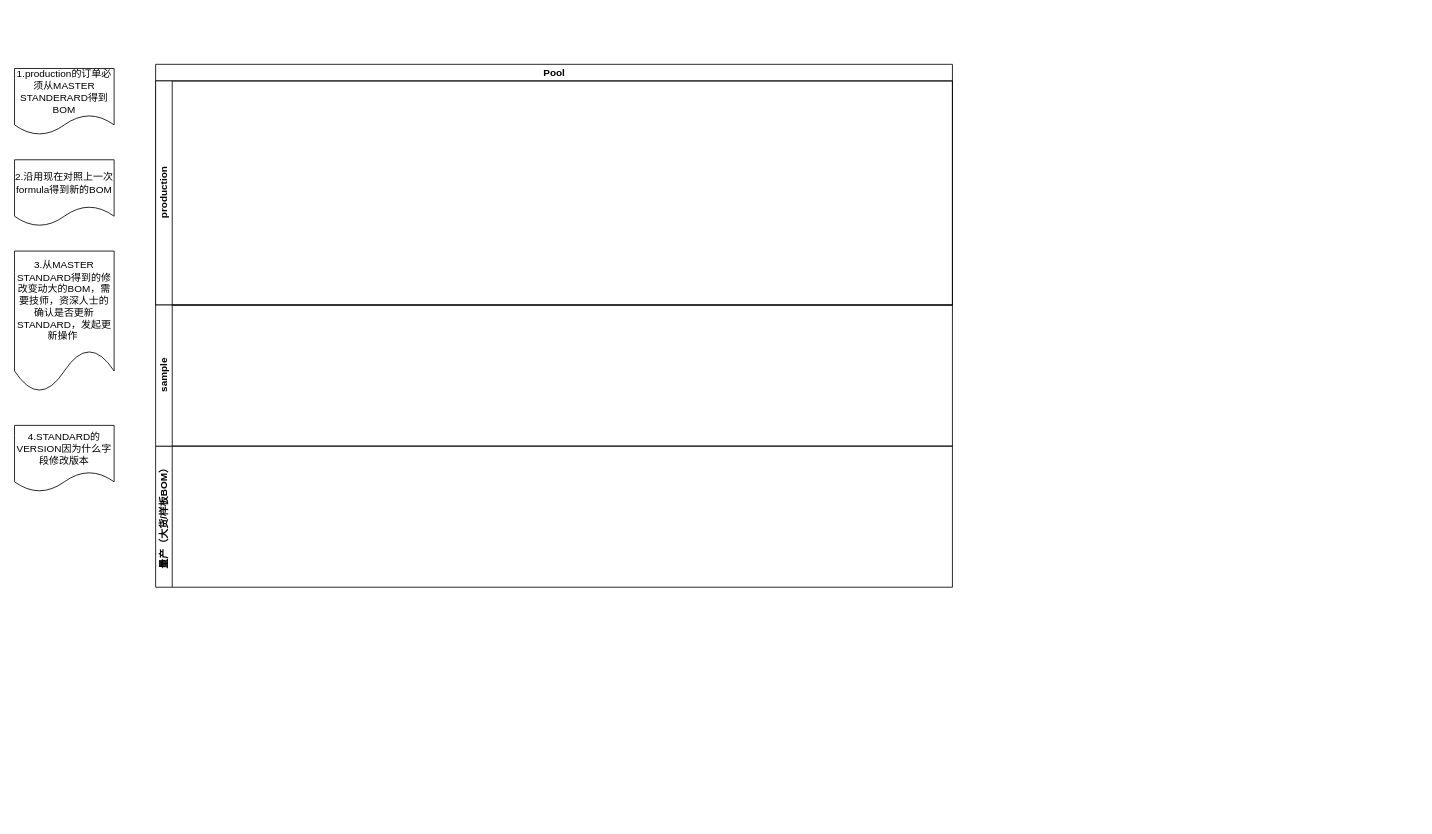
The draw.io diagram PSM.drawio in Jbmlier/framework, before the edit. Source tidied: cells renumbered, new cells numbered last; positions are measured from the earlier drawing's top-left corner, leaving out a move shared by most shapes. Both pictures are drawn from the tidied source at 83%, with x=0, y=0 at pixel (14, 64).
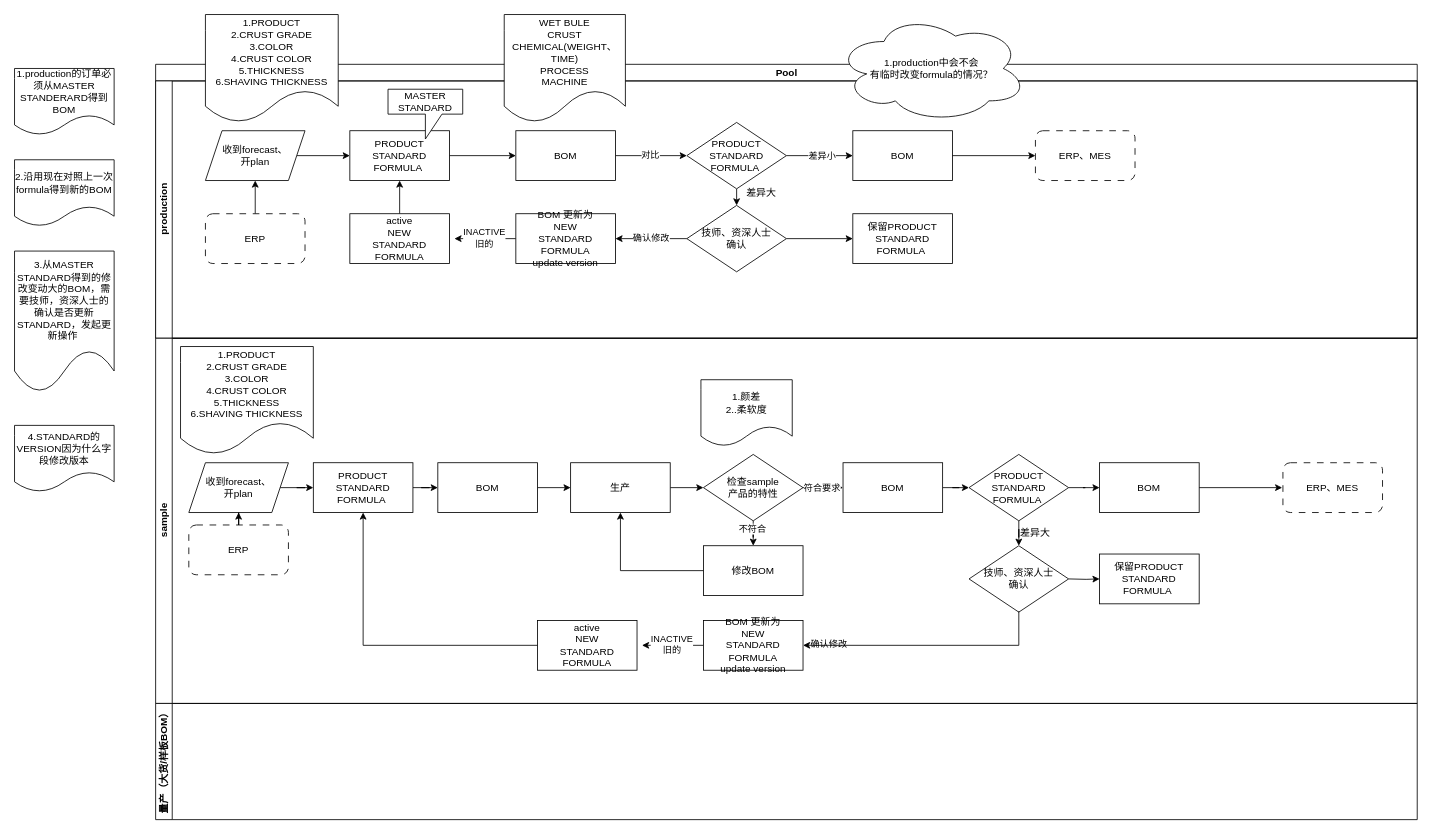
Above is the later version.

The edit, as a diff of the source:
```diff
@@
     <mxCell id="2" value="Pool" style="swimlane;horizontal=1;startSize=20;html=1;" parent="1" vertex="1">
-      <mxGeometry x="170" width="960" height="290" as="geometry" />
+      <mxGeometry x="170" width="1520" height="330" as="geometry" />
     </mxCell>
     <mxCell id="3" value="production" style="swimlane;startSize=20;horizontal=0;html=1;" parent="2" vertex="1">
-      <mxGeometry y="20" width="960" height="270" as="geometry" />
+      <mxGeometry y="20" width="1520" height="310" as="geometry" />
     </mxCell>
-    <mxCell id="4" value="量产（大货/样板BOM）" style="swimlane;startSize=20;horizontal=0;html=1;" parent="1" vertex="1">
-      <mxGeometry x="170" y="460" width="960" height="170" as="geometry" />
-    </mxCell>
+    <mxCell id="10" style="edgeStyle=orthogonalEdgeStyle;rounded=0;jettySize=auto;html=1;" parent="3" edge="1" source="11" target="13">
+      <mxGeometry relative="1" as="geometry" />
+    </mxCell>
+    <mxCell id="11" value="收到forecast、&lt;div&gt;开plan&lt;/div&gt;" style="shape=parallelogram;perimeter=parallelogramPerimeter;whiteSpace=wrap;html=1;fixedSize=1;" parent="3" vertex="1">
+      <mxGeometry x="60" y="60" width="120" height="60" as="geometry" />
+    </mxCell>
+    <mxCell id="12" style="edgeStyle=orthogonalEdgeStyle;rounded=0;jettySize=auto;html=1;" parent="3" edge="1" source="13" target="16">
+      <mxGeometry relative="1" as="geometry" />
+    </mxCell>
+    <mxCell id="13" value="PRODUCT STANDARD&lt;div&gt;FORMULA&amp;nbsp;&lt;/div&gt;" style="rounded=0;whiteSpace=wrap;html=1;" parent="3" vertex="1">
+      <mxGeometry x="234" y="60" width="120" height="60" as="geometry" />
+    </mxCell>
+    <mxCell id="14" style="edgeStyle=orthogonalEdgeStyle;rounded=0;jettySize=auto;html=1;" parent="3" edge="1" source="16" target="20">
+      <mxGeometry relative="1" as="geometry" />
+    </mxCell>
+    <mxCell id="15" value="对比" style="edgeLabel;html=1;align=center;verticalAlign=middle;" parent="14" vertex="1">
+      <mxGeometry x="-0.05" y="2" relative="1" as="geometry" />
+    </mxCell>
+    <mxCell id="16" value="BOM" style="rounded=0;whiteSpace=wrap;html=1;" parent="3" vertex="1">
+      <mxGeometry x="434" y="60" width="120" height="60" as="geometry" />
+    </mxCell>
+    <mxCell id="17" style="edgeStyle=orthogonalEdgeStyle;rounded=0;jettySize=auto;html=1;" parent="3" edge="1" source="20" target="21">
+      <mxGeometry relative="1" as="geometry" />
+    </mxCell>
+    <mxCell id="18" value="差异小" style="edgeLabel;html=1;align=center;verticalAlign=middle;" parent="17" vertex="1">
+      <mxGeometry x="0.06" y="1" relative="1" as="geometry" />
+    </mxCell>
+    <mxCell id="19" style="edgeStyle=orthogonalEdgeStyle;rounded=0;jettySize=auto;html=1;" parent="3" edge="1" source="20">
+      <mxGeometry relative="1" as="geometry">
+        <mxPoint x="700" y="150" as="targetPoint" />
+      </mxGeometry>
+    </mxCell>
+    <mxCell id="20" value="PRODUCT STANDARD&lt;div&gt;FORMULA&amp;nbsp;&lt;/div&gt;" style="rhombus;whiteSpace=wrap;html=1;" parent="3" vertex="1">
+      <mxGeometry x="640" y="50" width="120" height="80" as="geometry" />
+    </mxCell>
+    <mxCell id="21" value="BOM" style="whiteSpace=wrap;html=1;" parent="3" vertex="1">
+      <mxGeometry x="840" y="60" width="120" height="60" as="geometry" />
+    </mxCell>
+    <mxCell id="22" value="差异大" style="text;html=1;align=center;verticalAlign=middle;whiteSpace=wrap;rounded=0;" parent="3" vertex="1">
+      <mxGeometry x="700" y="120" width="60" height="30" as="geometry" />
+    </mxCell>
+    <mxCell id="23" style="edgeStyle=orthogonalEdgeStyle;rounded=0;jettySize=auto;html=1;" parent="3" edge="1" source="27" target="30">
+      <mxGeometry relative="1" as="geometry" />
+    </mxCell>
+    <mxCell id="24" value="&lt;div&gt;&lt;span style=&quot;font-size: 12px; text-wrap-mode: wrap; background-color: rgb(236, 236, 236);&quot;&gt;&lt;br&gt;&lt;/span&gt;&lt;/div&gt;" style="edgeLabel;html=1;align=center;verticalAlign=middle;" parent="23" vertex="1">
+      <mxGeometry x="-0.21" y="1" relative="1" as="geometry" />
+    </mxCell>
+    <mxCell id="25" value="确认修改" style="edgeLabel;html=1;align=center;verticalAlign=middle;" parent="23" vertex="1">
+      <mxGeometry x="0.02" y="-2" relative="1" as="geometry" />
+    </mxCell>
+    <mxCell id="26" style="edgeStyle=orthogonalEdgeStyle;rounded=0;jettySize=auto;html=1;" parent="3" edge="1" source="27" target="38">
+      <mxGeometry relative="1" as="geometry" />
+    </mxCell>
+    <mxCell id="27" value="技师、资深人士&lt;div&gt;确认&lt;/div&gt;" style="rhombus;whiteSpace=wrap;html=1;" parent="3" vertex="1">
+      <mxGeometry x="640" y="150" width="120" height="80" as="geometry" />
+    </mxCell>
+    <mxCell id="28" style="edgeStyle=orthogonalEdgeStyle;rounded=0;jettySize=auto;html=1;" parent="3" edge="1" source="30">
+      <mxGeometry relative="1" as="geometry">
+        <mxPoint x="360" y="190" as="targetPoint" />
+      </mxGeometry>
+    </mxCell>
+    <mxCell id="29" value="INACTIVE&lt;div&gt;旧的&lt;/div&gt;" style="edgeLabel;html=1;align=center;verticalAlign=middle;" parent="28" vertex="1">
+      <mxGeometry x="0.06" y="-2" relative="1" as="geometry" />
+    </mxCell>
+    <mxCell id="30" value="&lt;div&gt;BOM 更新为&lt;/div&gt;&lt;div&gt;NEW&lt;/div&gt;STANDARD&lt;div&gt;FORMULA&lt;/div&gt;&lt;div&gt;update version&lt;/div&gt;" style="whiteSpace=wrap;html=1;" parent="3" vertex="1">
+      <mxGeometry x="434" y="160" width="120" height="60" as="geometry" />
+    </mxCell>
+    <mxCell id="31" style="edgeStyle=orthogonalEdgeStyle;rounded=0;jettySize=auto;html=1;" parent="3" edge="1" source="32" target="13">
+      <mxGeometry relative="1" as="geometry" />
+    </mxCell>
+    <mxCell id="32" value="active&lt;div&gt;&lt;div&gt;NEW&lt;/div&gt;STANDARD&lt;div&gt;FORMULA&lt;/div&gt;&lt;/div&gt;" style="rounded=0;whiteSpace=wrap;html=1;" parent="3" vertex="1">
+      <mxGeometry x="234" y="160" width="120" height="60" as="geometry" />
+    </mxCell>
+    <mxCell id="33" style="endArrow=classic;html=1;rounded=0;" parent="3" edge="1">
+      <mxGeometry relative="1" as="geometry">
+        <mxPoint x="960" y="90" as="sourcePoint" />
+        <mxPoint x="1060" y="90" as="targetPoint" />
+      </mxGeometry>
+    </mxCell>
+    <mxCell id="34" value="ERP、MES" style="rounded=1;whiteSpace=wrap;html=1;dashed=1;dashPattern=8 8;" parent="3" vertex="1">
+      <mxGeometry x="1060" y="60" width="120" height="60" as="geometry" />
+    </mxCell>
+    <mxCell id="35" value="MASTER&lt;br&gt;STANDARD" style="shape=callout;whiteSpace=wrap;html=1;perimeter=calloutPerimeter;" parent="3" vertex="1">
+      <mxGeometry x="280" y="10" width="90" height="60" as="geometry" />
+    </mxCell>
+    <mxCell id="36" style="edgeStyle=orthogonalEdgeStyle;rounded=0;jettySize=auto;html=1;" parent="3" edge="1" source="37" target="11">
+      <mxGeometry relative="1" as="geometry" />
+    </mxCell>
+    <mxCell id="37" value="ERP" style="rounded=1;whiteSpace=wrap;html=1;dashed=1;dashPattern=8 8;" parent="3" vertex="1">
+      <mxGeometry x="60" y="160" width="120" height="60" as="geometry" />
+    </mxCell>
+    <mxCell id="38" value="保留PRODUCT STANDARD&lt;div&gt;FORMULA&amp;nbsp;&lt;/div&gt;" style="whiteSpace=wrap;html=1;" parent="3" vertex="1">
+      <mxGeometry x="840" y="160" width="120" height="60" as="geometry" />
+    </mxCell>
     <mxCell id="5" value="sample" style="swimlane;startSize=20;horizontal=0;html=1;" parent="1" vertex="1">
-      <mxGeometry x="170" y="290" width="960" height="170" as="geometry" />
+      <mxGeometry x="170" y="330" width="1520" height="440" as="geometry" />
     </mxCell>
+    <mxCell id="39" style="edgeStyle=orthogonalEdgeStyle;rounded=0;jettySize=auto;html=1;" parent="5" edge="1" source="40" target="42">
+      <mxGeometry relative="1" as="geometry" />
+    </mxCell>
+    <mxCell id="40" value="ERP" style="rounded=1;whiteSpace=wrap;html=1;dashed=1;dashPattern=8 8;" parent="5" vertex="1">
+      <mxGeometry x="40" y="225" width="120" height="60" as="geometry" />
+    </mxCell>
+    <mxCell id="41" style="edgeStyle=orthogonalEdgeStyle;rounded=0;jettySize=auto;html=1;" parent="5" edge="1" source="42" target="45">
+      <mxGeometry relative="1" as="geometry" />
+    </mxCell>
+    <mxCell id="42" value="收到forecast、&lt;div&gt;开plan&lt;/div&gt;" style="shape=parallelogram;perimeter=parallelogramPerimeter;whiteSpace=wrap;html=1;fixedSize=1;" parent="5" vertex="1">
+      <mxGeometry x="40" y="150" width="120" height="60" as="geometry" />
+    </mxCell>
+    <mxCell id="43" value="1.PRODUCT&lt;div&gt;2.CRUST GRADE&lt;/div&gt;&lt;div&gt;3.COLOR&lt;/div&gt;&lt;div&gt;4.CRUST COLOR&lt;/div&gt;&lt;div&gt;5.THICKNESS&lt;/div&gt;&lt;div&gt;6.SHAVING THICKNESS&lt;/div&gt;" style="shape=document;whiteSpace=wrap;html=1;boundedLbl=1;" parent="5" vertex="1">
+      <mxGeometry x="30" y="10" width="160" height="130" as="geometry" />
+    </mxCell>
+    <mxCell id="44" style="edgeStyle=orthogonalEdgeStyle;rounded=0;jettySize=auto;html=1;" parent="5" edge="1" source="45" target="47">
+      <mxGeometry relative="1" as="geometry" />
+    </mxCell>
+    <mxCell id="45" value="PRODUCT STANDARD&lt;div&gt;FORMULA&amp;nbsp;&lt;/div&gt;" style="whiteSpace=wrap;html=1;" parent="5" vertex="1">
+      <mxGeometry x="190" y="150" width="120" height="60" as="geometry" />
+    </mxCell>
+    <mxCell id="46" style="edgeStyle=orthogonalEdgeStyle;rounded=0;jettySize=auto;html=1;" parent="5" edge="1" source="47" target="49">
+      <mxGeometry relative="1" as="geometry" />
+    </mxCell>
+    <mxCell id="47" value="BOM" style="whiteSpace=wrap;html=1;" parent="5" vertex="1">
+      <mxGeometry x="340" y="150" width="120" height="60" as="geometry" />
+    </mxCell>
+    <mxCell id="48" style="edgeStyle=orthogonalEdgeStyle;rounded=0;jettySize=auto;html=1;" parent="5" edge="1" source="49" target="54">
+      <mxGeometry relative="1" as="geometry" />
+    </mxCell>
+    <mxCell id="49" value="生产" style="whiteSpace=wrap;html=1;" parent="5" vertex="1">
+      <mxGeometry x="500" y="150" width="120" height="60" as="geometry" />
+    </mxCell>
+    <mxCell id="50" style="edgeStyle=orthogonalEdgeStyle;rounded=0;jettySize=auto;html=1;" parent="5" edge="1" source="54" target="57">
+      <mxGeometry relative="1" as="geometry" />
+    </mxCell>
+    <mxCell id="51" value="符合要求" style="edgeLabel;html=1;align=center;verticalAlign=middle;" parent="50" vertex="1">
+      <mxGeometry x="-0.1" y="1" relative="1" as="geometry" />
+    </mxCell>
+    <mxCell id="52" style="edgeStyle=orthogonalEdgeStyle;rounded=0;jettySize=auto;html=1;" parent="5" edge="1" source="54" target="58">
+      <mxGeometry relative="1" as="geometry" />
+    </mxCell>
+    <mxCell id="53" value="不符合" style="edgeLabel;html=1;align=center;verticalAlign=middle;" parent="52" vertex="1">
+      <mxGeometry x="-0.63" y="-2" relative="1" as="geometry" />
+    </mxCell>
+    <mxCell id="54" value="检查sample&lt;div&gt;产品的特性&lt;/div&gt;" style="rhombus;whiteSpace=wrap;html=1;" parent="5" vertex="1">
+      <mxGeometry x="660" y="140" width="120" height="80" as="geometry" />
+    </mxCell>
+    <mxCell id="55" value="1.颜差&lt;div&gt;2..柔软度&lt;/div&gt;" style="shape=document;whiteSpace=wrap;html=1;boundedLbl=1;" parent="5" vertex="1">
+      <mxGeometry x="657" y="50" width="110" height="80" as="geometry" />
+    </mxCell>
+    <mxCell id="56" style="edgeStyle=orthogonalEdgeStyle;rounded=0;jettySize=auto;html=1;" parent="5" edge="1" source="57" target="62">
+      <mxGeometry relative="1" as="geometry" />
+    </mxCell>
+    <mxCell id="57" value="BOM" style="whiteSpace=wrap;html=1;" parent="5" vertex="1">
+      <mxGeometry x="828.2" y="150" width="120" height="60" as="geometry" />
+    </mxCell>
+    <mxCell id="58" value="修改BOM" style="whiteSpace=wrap;html=1;" parent="5" vertex="1">
+      <mxGeometry x="660" y="250" width="120" height="60" as="geometry" />
+    </mxCell>
+    <mxCell id="59" style="endArrow=classic;html=1;rounded=0;entryX=0.5;entryY=1;entryDx=0;entryDy=0;" parent="5" edge="1" target="49">
+      <mxGeometry relative="1" as="geometry">
+        <mxPoint x="660" y="280" as="sourcePoint" />
+        <Array as="points">
+          <mxPoint x="560" y="280" />
+        </Array>
+      </mxGeometry>
+    </mxCell>
+    <mxCell id="60" style="edgeStyle=orthogonalEdgeStyle;rounded=0;jettySize=auto;html=1;" parent="5" edge="1" source="62" target="64">
+      <mxGeometry relative="1" as="geometry" />
+    </mxCell>
+    <mxCell id="61" style="edgeStyle=orthogonalEdgeStyle;rounded=0;jettySize=auto;html=1;" parent="5" edge="1" source="62" target="75">
+      <mxGeometry relative="1" as="geometry" />
+    </mxCell>
+    <mxCell id="62" value="PRODUCT STANDARD&lt;div&gt;FORMULA&amp;nbsp;&lt;/div&gt;" style="rhombus;whiteSpace=wrap;html=1;" parent="5" vertex="1">
+      <mxGeometry x="980" y="140" width="120" height="80" as="geometry" />
+    </mxCell>
+    <mxCell id="63" value="差异大" style="text;html=1;align=center;verticalAlign=middle;whiteSpace=wrap;rounded=0;" parent="5" vertex="1">
+      <mxGeometry x="1030" y="220" width="60" height="30" as="geometry" />
+    </mxCell>
+    <mxCell id="64" value="技师、资深人士&lt;div&gt;确认&lt;/div&gt;" style="rhombus;whiteSpace=wrap;html=1;" parent="5" vertex="1">
+      <mxGeometry x="980" y="250" width="120" height="80" as="geometry" />
+    </mxCell>
+    <mxCell id="65" value="&lt;div&gt;&lt;span style=&quot;font-size: 12px; text-wrap-mode: wrap; background-color: rgb(236, 236, 236);&quot;&gt;&lt;br&gt;&lt;/span&gt;&lt;/div&gt;" style="edgeLabel;html=1;align=center;verticalAlign=middle;" parent="5" vertex="1">
+      <mxGeometry x="820" y="371" as="geometry" />
+    </mxCell>
+    <mxCell id="66" value="确认修改" style="edgeLabel;html=1;align=center;verticalAlign=middle;" parent="5" vertex="1">
+      <mxGeometry x="810" y="368" as="geometry" />
+    </mxCell>
+    <mxCell id="67" style="edgeStyle=orthogonalEdgeStyle;rounded=0;jettySize=auto;html=1;" parent="5" edge="1" source="69">
+      <mxGeometry relative="1" as="geometry">
+        <mxPoint x="586" y="370" as="targetPoint" />
+      </mxGeometry>
+    </mxCell>
+    <mxCell id="68" value="INACTIVE&lt;div&gt;旧的&lt;/div&gt;" style="edgeLabel;html=1;align=center;verticalAlign=middle;" parent="67" vertex="1">
+      <mxGeometry x="0.06" y="-2" relative="1" as="geometry" />
+    </mxCell>
+    <mxCell id="69" value="&lt;div&gt;BOM 更新为&lt;/div&gt;&lt;div&gt;NEW&lt;/div&gt;STANDARD&lt;div&gt;FORMULA&lt;/div&gt;&lt;div&gt;update version&lt;/div&gt;" style="whiteSpace=wrap;html=1;" parent="5" vertex="1">
+      <mxGeometry x="660" y="340" width="120" height="60" as="geometry" />
+    </mxCell>
+    <mxCell id="70" value="active&lt;div&gt;&lt;div&gt;NEW&lt;/div&gt;STANDARD&lt;div&gt;FORMULA&lt;/div&gt;&lt;/div&gt;" style="rounded=0;whiteSpace=wrap;html=1;" parent="5" vertex="1">
+      <mxGeometry x="460" y="340" width="120" height="60" as="geometry" />
+    </mxCell>
+    <mxCell id="71" style="endArrow=classic;html=1;rounded=0;entryX=1;entryY=0.5;entryDx=0;entryDy=0;exitX=0.5;exitY=0.985;exitDx=0;exitDy=0;exitPerimeter=0;" parent="5" edge="1" source="64" target="69">
+      <mxGeometry relative="1" as="geometry">
+        <Array as="points">
+          <mxPoint x="1040" y="370" />
+        </Array>
+      </mxGeometry>
+    </mxCell>
+    <mxCell id="72" style="endArrow=classic;html=1;rounded=0;entryX=0.5;entryY=1;entryDx=0;entryDy=0;" parent="5" edge="1" target="45">
+      <mxGeometry relative="1" as="geometry">
+        <mxPoint x="460" y="370" as="sourcePoint" />
+        <Array as="points">
+          <mxPoint x="250" y="370" />
+        </Array>
+      </mxGeometry>
+    </mxCell>
+    <mxCell id="73" style="edgeStyle=orthogonalEdgeStyle;rounded=0;jettySize=auto;html=1;" parent="5" edge="1" target="74">
+      <mxGeometry relative="1" as="geometry">
+        <mxPoint x="1100.1" y="290" as="sourcePoint" />
+      </mxGeometry>
+    </mxCell>
+    <mxCell id="74" value="保留PRODUCT STANDARD&lt;div&gt;FORMULA&amp;nbsp;&lt;/div&gt;" style="whiteSpace=wrap;html=1;" parent="5" vertex="1">
+      <mxGeometry x="1137.3" y="260" width="120" height="60" as="geometry" />
+    </mxCell>
+    <mxCell id="75" value="BOM" style="whiteSpace=wrap;html=1;" parent="5" vertex="1">
+      <mxGeometry x="1137.3" y="150" width="120" height="60" as="geometry" />
+    </mxCell>
+    <mxCell id="76" style="endArrow=classic;html=1;rounded=0;" parent="5" edge="1">
+      <mxGeometry relative="1" as="geometry">
+        <mxPoint x="1257.3" y="180" as="sourcePoint" />
+        <mxPoint x="1357.3" y="180" as="targetPoint" />
+      </mxGeometry>
+    </mxCell>
+    <mxCell id="77" value="ERP、MES" style="rounded=1;whiteSpace=wrap;html=1;dashed=1;dashPattern=8 8;" parent="5" vertex="1">
+      <mxGeometry x="1358.2" y="150" width="120" height="60" as="geometry" />
+    </mxCell>
@@
+    <mxCell id="78" value="WET BULE&lt;div&gt;CRUST&lt;/div&gt;&lt;div&gt;CHEMICAL(WEIGHT、TIME)&lt;/div&gt;&lt;div&gt;PROCESS&lt;/div&gt;&lt;div&gt;MACHINE&lt;/div&gt;" style="shape=document;whiteSpace=wrap;html=1;boundedLbl=1;" parent="1" vertex="1">
+      <mxGeometry x="590" y="-60" width="146" height="130" as="geometry" />
+    </mxCell>
+    <mxCell id="79" value="1.PRODUCT&lt;div&gt;2.CRUST&amp;nbsp;&lt;span style=&quot;background-color: transparent; color: light-dark(rgb(0, 0, 0), rgb(255, 255, 255));&quot;&gt;GRADE&lt;/span&gt;&lt;/div&gt;&lt;div&gt;3.COLOR&lt;/div&gt;&lt;div&gt;4.CRUST COLOR&lt;/div&gt;&lt;div&gt;5.THICKNESS&lt;/div&gt;&lt;div&gt;6.SHAVING THICKNESS&lt;/div&gt;" style="shape=document;whiteSpace=wrap;html=1;boundedLbl=1;" parent="1" vertex="1">
+      <mxGeometry x="230" y="-60" width="160" height="130" as="geometry" />
+    </mxCell>
+    <mxCell id="4" value="量产（大货/样板BOM）" style="swimlane;startSize=20;horizontal=0;html=1;" parent="1" vertex="1">
+      <mxGeometry x="170" y="770" width="1520" height="140" as="geometry" />
+    </mxCell>
+    <mxCell id="80" value="1.production中会不会&lt;div&gt;有临时改变formula的情况？&lt;/div&gt;" style="ellipse;shape=cloud;whiteSpace=wrap;html=1;" parent="1" vertex="1">
+      <mxGeometry x="990" y="-60" width="230" height="130" as="geometry" />
+    </mxCell>
```
